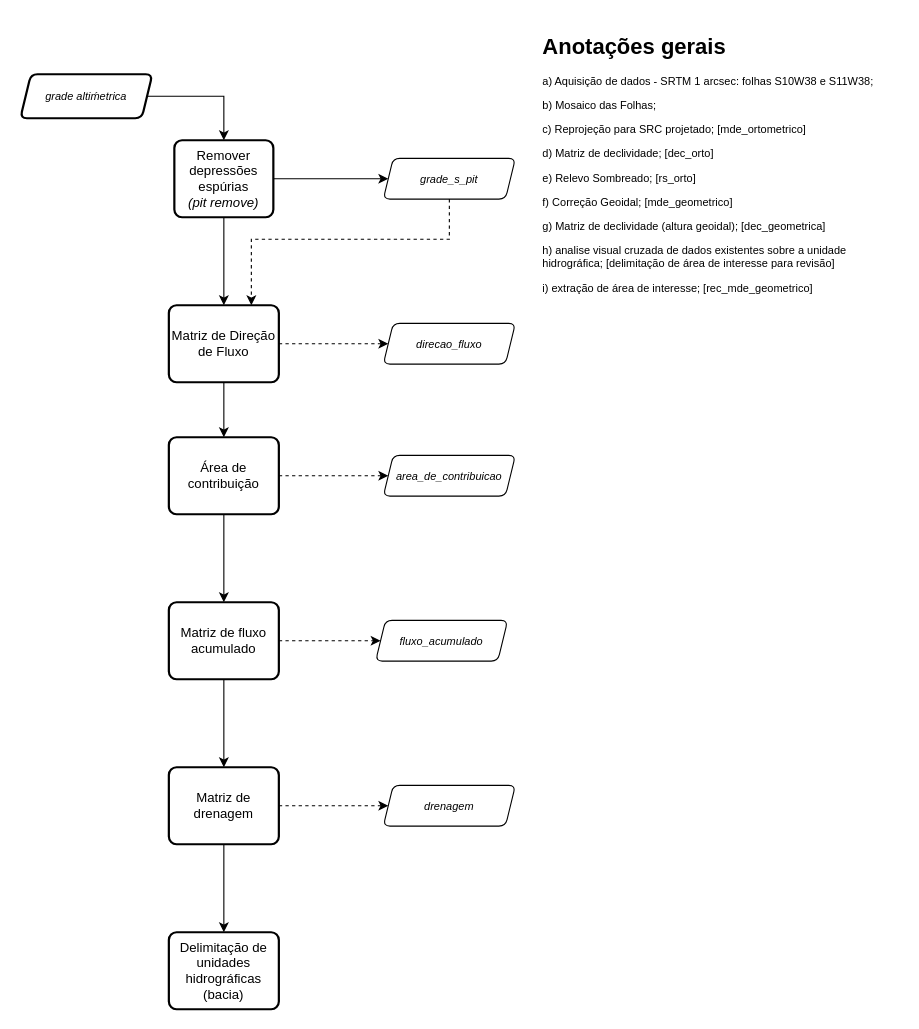
The draw.io diagram Delimitação de Bacias e Subbacias Hidrográficas.drawio in Deso-Sertao/fluxogramas, before the edit. Source tidied: cells renumbered, new cells numbered last; positions are measured from the earlier drawing's top-left corner, leaving out a move shared by most shapes. Both pictures are drawn from the tidied source at 110%, with x=0, y=0 at pixel (20, 30).
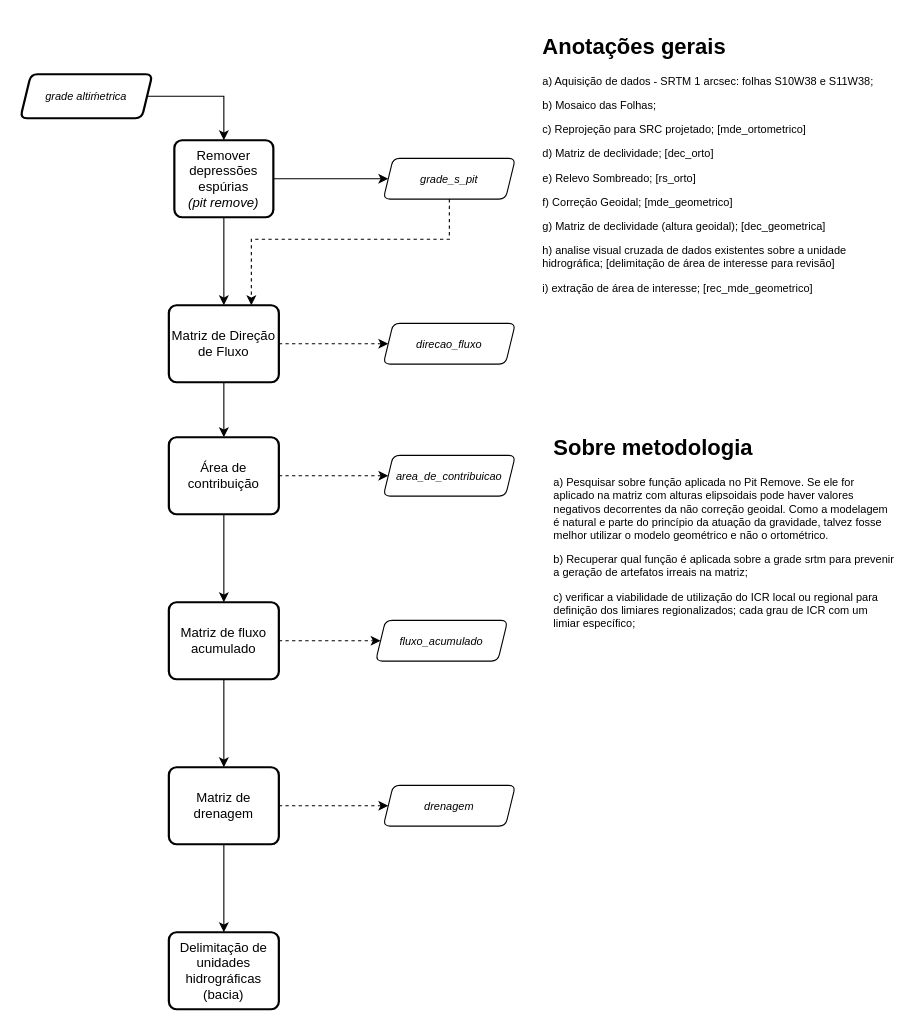
The same page after the edit.

The edit, as a diff of the source:
```diff
@@
     <mxCell id="26" value="&lt;h1&gt;Anotações gerais&lt;br&gt;&lt;/h1&gt;&lt;p&gt;a) Aquisição de dados - SRTM 1 arcsec: folhas S10W38 e S11W38;&lt;br&gt;&lt;/p&gt;&lt;p&gt;b) Mosaico das Folhas;&lt;/p&gt;&lt;p&gt;c) Reprojeção para SRC projetado; [mde_ortometrico]&lt;br&gt;&lt;/p&gt;&lt;p&gt;d) Matriz de declividade; [dec_orto]&lt;br&gt;&lt;/p&gt;&lt;p&gt;e) Relevo Sombreado; [rs_orto]&lt;/p&gt;&lt;p&gt;f) Correção Geoidal; [mde_geometrico]&lt;/p&gt;&lt;p&gt;g) Matriz de declividade (altura geoidal); [dec_geometrica]&lt;/p&gt;&lt;p&gt;h) analise visual cruzada de dados existentes sobre a unidade hidrográfica; [delimitação de área de interesse para revisão]&lt;/p&gt;&lt;p&gt;i) extração de área de interesse; [rec_mde_geometrico]&lt;br&gt;&lt;/p&gt;" style="text;html=1;strokeColor=none;fillColor=none;spacing=5;spacingTop=-20;whiteSpace=wrap;overflow=hidden;rounded=0;shadow=0;comic=0;fontSize=10;" parent="1" vertex="1">
-      <mxGeometry x="470" width="320" height="400" as="geometry" />
+      <mxGeometry x="470" width="320" height="260" as="geometry" />
     </mxCell>
+    <mxCell id="27" value="&lt;h1&gt;Sobre metodologia&lt;br&gt;&lt;/h1&gt;&lt;p&gt;a) Pesquisar sobre função aplicada no Pit Remove. Se ele for aplicado na matriz com alturas elipsoidais pode haver valores negativos decorrentes da não correção geoidal. Como a modelagem é natural e parte do princípio da atuação da gravidade, talvez fosse melhor utilizar o modelo geométrico e não o ortométrico.&lt;br&gt;&lt;/p&gt;&lt;p&gt;b) Recuperar qual função é aplicada sobre a grade srtm para prevenir a geração de artefatos irreais na matriz;&lt;/p&gt;&lt;p&gt;c) verificar a viabilidade de utilização do ICR local ou regional para definição dos limiares regionalizados; cada grau de ICR com um limiar específico;&lt;br&gt;&lt;/p&gt;" style="text;html=1;strokeColor=none;fillColor=none;spacing=5;spacingTop=-20;whiteSpace=wrap;overflow=hidden;rounded=0;shadow=0;comic=0;fontSize=10;" parent="1" vertex="1">
+      <mxGeometry x="480" y="365" width="320" height="260" as="geometry" />
+    </mxCell>
```
